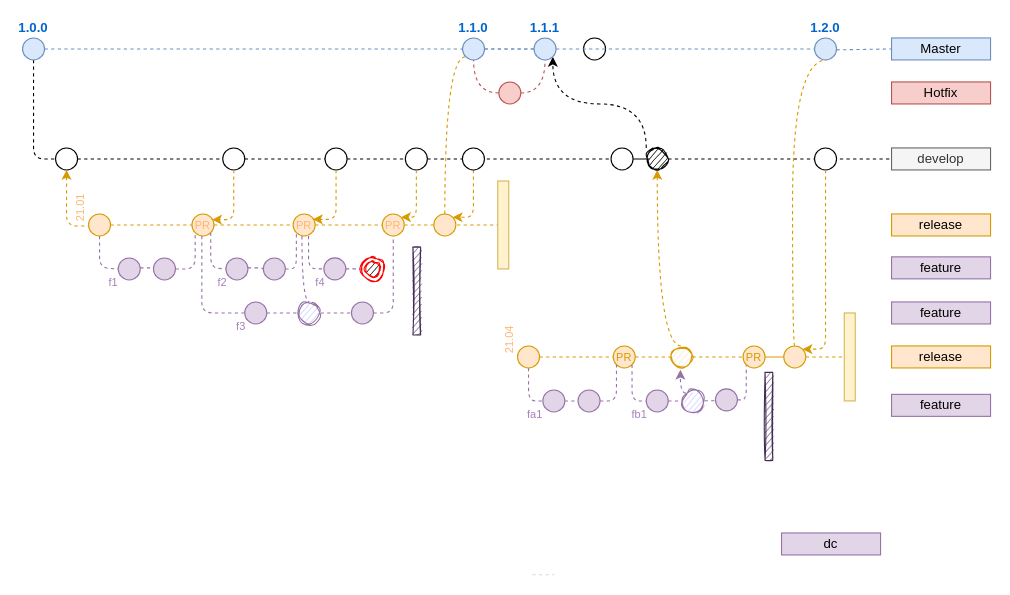
Before: page "mw-roa-rel-simple" (4 of 5) of Untitled Diagram.drawio in salmen/gitflowdiagram, a draw.io diagram. Source tidied: cells renumbered, new cells numbered last; positions are measured from the earlier drawing's top-left corner, leaving out a move shared by most shapes. Both pictures are drawn from the tidied source at 110%, with x=0, y=0 at pixel (22, 37).
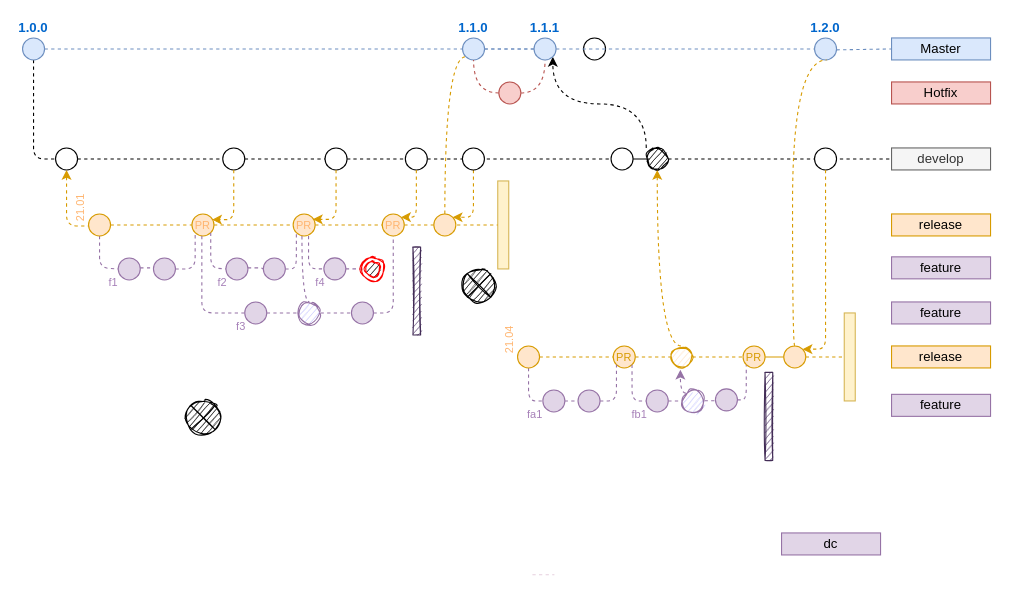
Above is the later version.

What changed in the source:
```diff
@@
+    <mxCell id="109" style="shape=sumEllipse;perimeter=ellipsePerimeter;whiteSpace=wrap;html=1;backgroundOutline=1;shadow=0;sketch=1;fillColor=#000000;gradientColor=none;fontSize=10;fontColor=#D79B00;" parent="1" vertex="1">
+      <mxGeometry x="400" y="210" width="30" height="30" as="geometry" />
+    </mxCell>
+    <mxCell id="110" style="shape=sumEllipse;perimeter=ellipsePerimeter;whiteSpace=wrap;html=1;backgroundOutline=1;shadow=0;sketch=1;fillColor=#000000;gradientColor=none;fontSize=10;fontColor=#D79B00;" parent="1" vertex="1">
+      <mxGeometry x="149" y="330" width="30" height="30" as="geometry" />
+    </mxCell>
```
